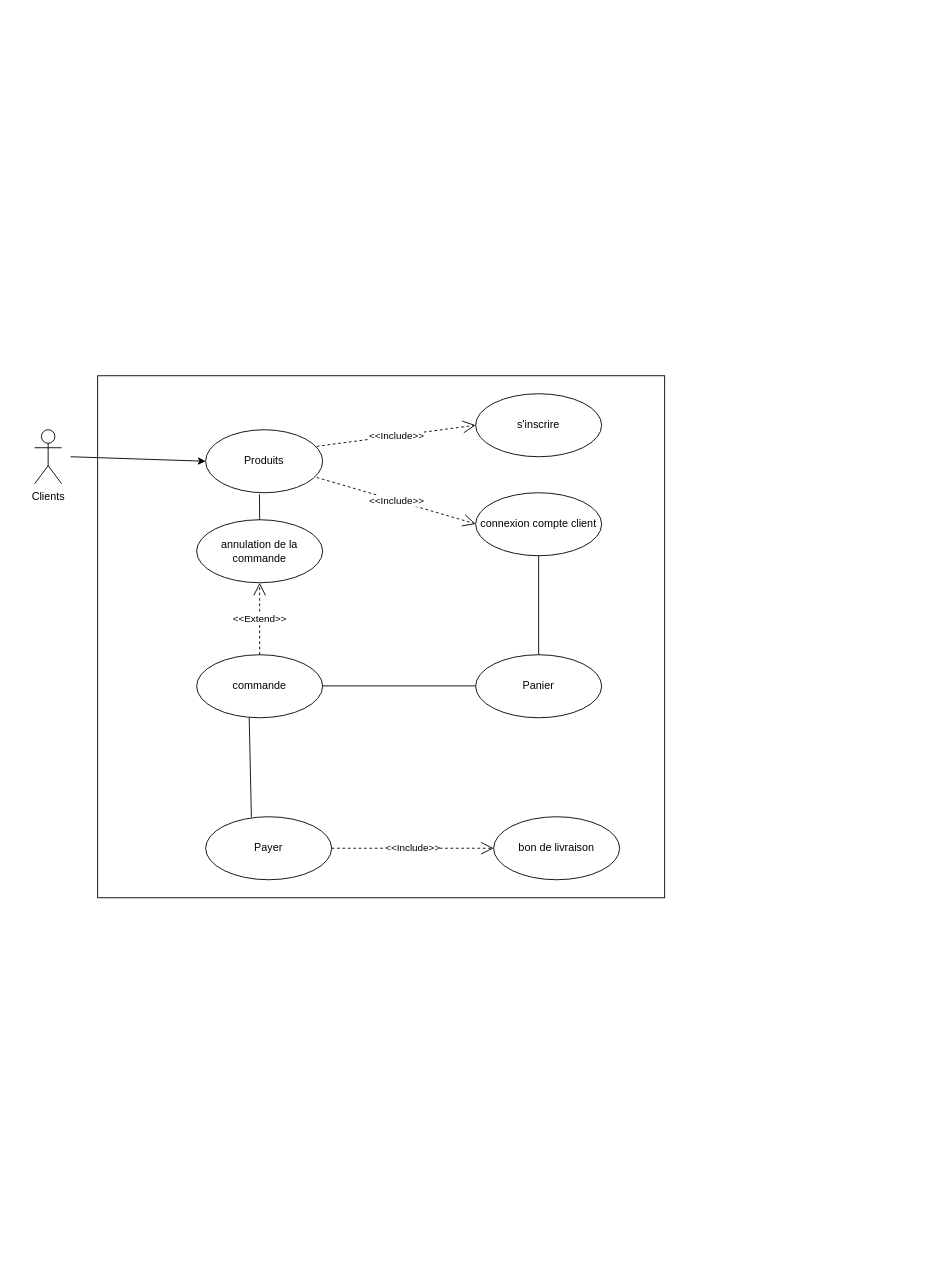
This is UML/casuticommandeclients.drawio from dwwm-19120/filRouge2, a draw.io file, before an edit. Source tidied: cells renumbered, new cells numbered last; positions are measured from the earlier drawing's top-left corner, leaving out a move shared by most shapes. Both pictures are drawn from the tidied source at 90%, with x=0, y=0 at pixel (34, 375).
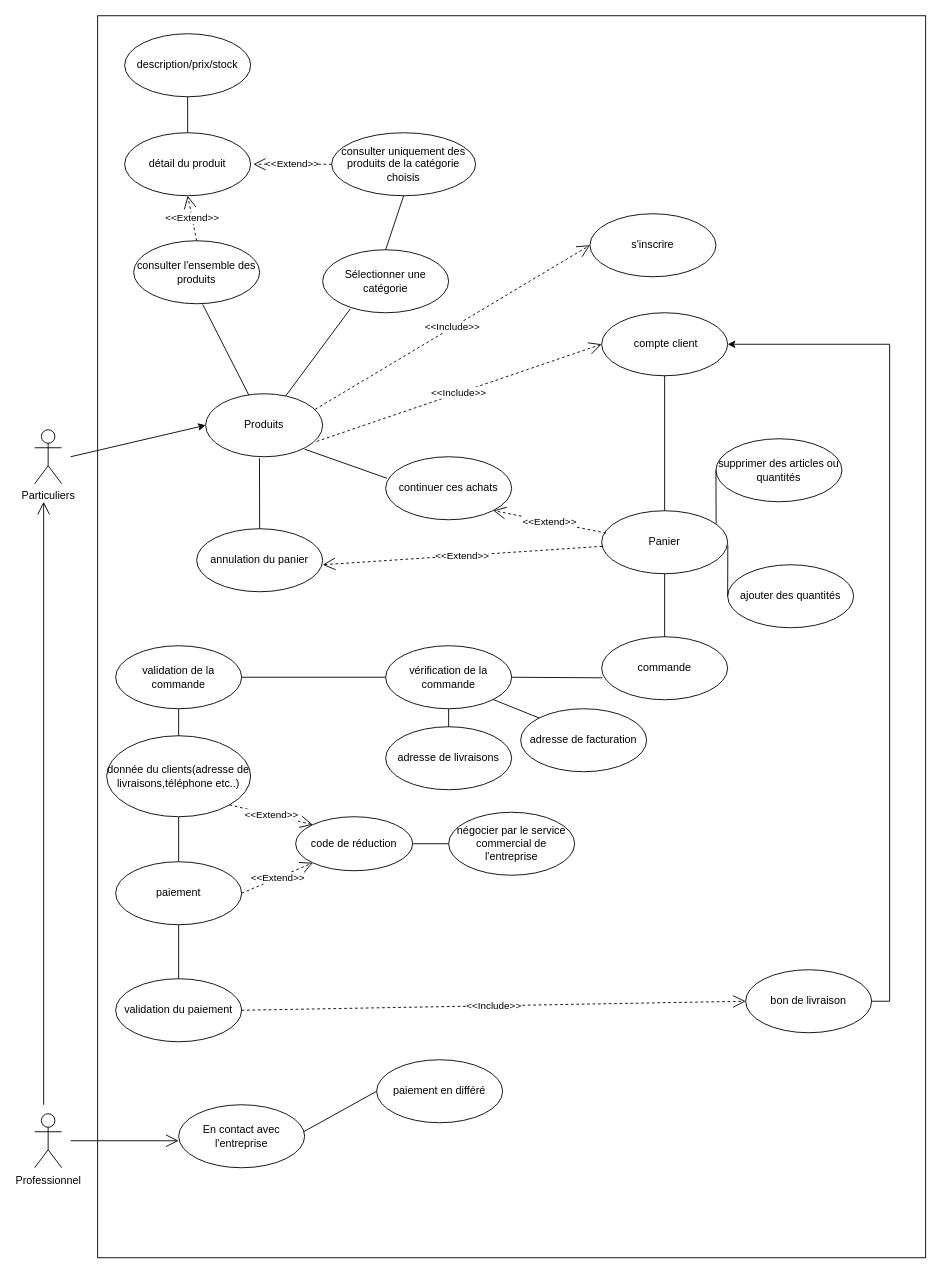
The same page after the edit.

Diff of the diagram source:
```diff
@@
-    <mxCell id="2" value="Clients" style="shape=umlActor;verticalLabelPosition=bottom;labelBackgroundColor=#ffffff;verticalAlign=top;html=1;" parent="1" vertex="1">
+    <mxCell id="2" value="Particuliers" style="shape=umlActor;verticalLabelPosition=bottom;labelBackgroundColor=#ffffff;verticalAlign=top;html=1;" parent="1" vertex="1">
       <mxGeometry y="60" width="30" height="60" as="geometry" />
     </mxCell>
     <mxCell id="3" style="html=1;" parent="1" vertex="1">
-      <mxGeometry x="70" width="630" height="580" as="geometry" />
+      <mxGeometry x="70" y="-400" width="920" height="1380" as="geometry" />
     </mxCell>
     <mxCell id="4" value="Produits" style="ellipse;whiteSpace=wrap;html=1;" parent="1" vertex="1">
-      <mxGeometry x="190" y="60" width="130" height="70" as="geometry" />
+      <mxGeometry x="190" y="20" width="130" height="70" as="geometry" />
     </mxCell>
@@
-    <mxCell id="6" value="connexion compte client" style="ellipse;whiteSpace=wrap;html=1;" parent="1" vertex="1">
-      <mxGeometry x="490" y="130" width="140" height="70" as="geometry" />
+    <mxCell id="6" value="&amp;nbsp;compte client" style="ellipse;whiteSpace=wrap;html=1;" parent="1" vertex="1">
+      <mxGeometry x="630" y="-70" width="140" height="70" as="geometry" />
     </mxCell>
     <mxCell id="7" value="commande" style="ellipse;whiteSpace=wrap;html=1;" parent="1" vertex="1">
-      <mxGeometry x="180" y="310" width="140" height="70" as="geometry" />
+      <mxGeometry x="630" y="290" width="140" height="70" as="geometry" />
     </mxCell>
-    <mxCell id="8" value="Payer" style="ellipse;whiteSpace=wrap;html=1;" parent="1" vertex="1">
-      <mxGeometry x="190" y="490" width="140" height="70" as="geometry" />
+    <mxCell id="8" value="validation du paiement" style="ellipse;whiteSpace=wrap;html=1;" parent="1" vertex="1">
+      <mxGeometry x="90" y="670" width="140" height="70" as="geometry" />
     </mxCell>
+    <mxCell id="21" style="edgeStyle=orthogonalEdgeStyle;rounded=0;jettySize=auto;html=1;exitX=1;exitY=0.5;exitDx=0;exitDy=0;entryX=1;entryY=0.5;entryDx=0;entryDy=0;" parent="1" edge="1" source="9" target="6">
+      <mxGeometry relative="1" as="geometry" />
+    </mxCell>
     <mxCell id="9" value="bon de livraison" style="ellipse;whiteSpace=wrap;html=1;" parent="1" vertex="1">
-      <mxGeometry x="510" y="490" width="140" height="70" as="geometry" />
+      <mxGeometry x="790" y="660" width="140" height="70" as="geometry" />
     </mxCell>
     <mxCell id="10" value="Panier" style="ellipse;whiteSpace=wrap;html=1;" parent="1" vertex="1">
-      <mxGeometry x="490" y="310" width="140" height="70" as="geometry" />
+      <mxGeometry x="630" y="150" width="140" height="70" as="geometry" />
     </mxCell>
-    <mxCell id="11" value="&amp;lt;&amp;lt;Include&amp;gt;&amp;gt;" style="endArrow=open;endSize=12;dashed=1;html=1;exitX=0.949;exitY=0.757;exitDx=0;exitDy=0;exitPerimeter=0;" parent="1" edge="1" source="4">
-      <mxGeometry relative="1" as="geometry">
-        <mxPoint x="490" y="164.6" as="targetPoint" />
-      </mxGeometry>
+    <mxCell id="11" value="&amp;lt;&amp;lt;Include&amp;gt;&amp;gt;" style="endArrow=open;endSize=12;dashed=1;html=1;exitX=0.949;exitY=0.757;exitDx=0;exitDy=0;exitPerimeter=0;entryX=0;entryY=0.5;entryDx=0;entryDy=0;" parent="1" edge="1" source="4" target="6">
+      <mxGeometry relative="1" as="geometry" />
     </mxCell>
     <mxCell id="12" value="s'inscrire" style="ellipse;whiteSpace=wrap;html=1;" parent="1" vertex="1">
-      <mxGeometry x="490" y="20" width="140" height="70" as="geometry" />
+      <mxGeometry x="617" y="-180" width="140" height="70" as="geometry" />
     </mxCell>
-    <mxCell id="13" value="&amp;lt;&amp;lt;Include&amp;gt;&amp;gt;" style="endArrow=open;endSize=12;dashed=1;html=1;exitX=0.949;exitY=0.757;exitDx=0;exitDy=0;exitPerimeter=0;entryX=0;entryY=0.5;entryDx=0;entryDy=0;" parent="1" edge="1" target="12">
-      <mxGeometry relative="1" as="geometry">
-        <mxPoint x="313.4" y="78.4" as="sourcePoint" />
-      </mxGeometry>
+    <mxCell id="13" value="&amp;lt;&amp;lt;Include&amp;gt;&amp;gt;" style="endArrow=open;endSize=12;dashed=1;html=1;exitX=0.936;exitY=0.248;exitDx=0;exitDy=0;exitPerimeter=0;entryX=0;entryY=0.5;entryDx=0;entryDy=0;" parent="1" edge="1" source="4" target="12">
+      <mxGeometry relative="1" as="geometry" />
     </mxCell>
-    <mxCell id="14" style="endArrow=none;html=1;entryX=0;entryY=0.5;entryDx=0;entryDy=0;exitX=1;exitY=0.5;exitDx=0;exitDy=0;" parent="1" edge="1">
-      <mxGeometry relative="1" as="geometry">
-        <mxPoint x="320" y="344.6" as="sourcePoint" />
-        <mxPoint x="490" y="344.6" as="targetPoint" />
-      </mxGeometry>
-    </mxCell>
-    <mxCell id="15" style="endArrow=none;html=1;entryX=0.5;entryY=0;entryDx=0;entryDy=0;exitX=1;exitY=0.5;exitDx=0;exitDy=0;" parent="1" edge="1" target="10">
-      <mxGeometry relative="1" as="geometry">
-        <mxPoint x="560" y="200" as="sourcePoint" />
-      </mxGeometry>
+    <mxCell id="15" style="endArrow=none;html=1;entryX=0.5;entryY=0;entryDx=0;entryDy=0;exitX=0.5;exitY=1;exitDx=0;exitDy=0;" parent="1" edge="1" source="6" target="10">
+      <mxGeometry relative="1" as="geometry" />
     </mxCell>
-    <mxCell id="16" style="endArrow=none;html=1;entryX=0.363;entryY=0.007;entryDx=0;entryDy=0;exitX=0.417;exitY=0.995;exitDx=0;exitDy=0;entryPerimeter=0;exitPerimeter=0;" parent="1" edge="1" source="7" target="8">
+    <mxCell id="16" style="endArrow=none;html=1;entryX=0.5;entryY=0;entryDx=0;entryDy=0;exitX=0.5;exitY=1;exitDx=0;exitDy=0;" parent="1" edge="1" source="41" target="43">
       <mxGeometry relative="1" as="geometry" />
     </mxCell>
@@
-    <mxCell id="18" value="annulation de la commande" style="ellipse;whiteSpace=wrap;html=1;" parent="1" vertex="1">
-      <mxGeometry x="180" y="160" width="140" height="70" as="geometry" />
+    <mxCell id="18" value="annulation du panier" style="ellipse;whiteSpace=wrap;html=1;" parent="1" vertex="1">
+      <mxGeometry x="180" y="170" width="140" height="70" as="geometry" />
     </mxCell>
+    <mxCell id="20" style="endArrow=none;html=1;exitX=0.46;exitY=1.023;exitDx=0;exitDy=0;exitPerimeter=0;entryX=0.5;entryY=0;entryDx=0;entryDy=0;" parent="1" edge="1" source="4" target="18">
+      <mxGeometry relative="1" as="geometry" />
+    </mxCell>
+    <mxCell id="22" value="&amp;lt;&amp;lt;Extend&amp;gt;&amp;gt;" style="endArrow=open;endSize=12;dashed=1;html=1;entryX=0.5;entryY=1;entryDx=0;entryDy=0;" parent="1" edge="1" source="10">
+      <mxGeometry relative="1" as="geometry">
+        <mxPoint x="320" y="210" as="targetPoint" />
+      </mxGeometry>
+    </mxCell>
+    <mxCell id="23" value="Professionnel" style="shape=umlActor;verticalLabelPosition=bottom;labelBackgroundColor=#ffffff;verticalAlign=top;html=1;" parent="1" vertex="1">
+      <mxGeometry y="820" width="30" height="60" as="geometry" />
+    </mxCell>
+    <mxCell id="24" value="consulter l'ensemble des produits" style="ellipse;whiteSpace=wrap;html=1;" parent="1" vertex="1">
+      <mxGeometry x="110" y="-150" width="140" height="70" as="geometry" />
+    </mxCell>
+    <mxCell id="25" value="Sélectionner une catégorie" style="ellipse;whiteSpace=wrap;html=1;" parent="1" vertex="1">
+      <mxGeometry x="320" y="-140" width="140" height="70" as="geometry" />
+    </mxCell>
+    <mxCell id="26" style="endArrow=none;html=1;exitX=0.548;exitY=1.01;exitDx=0;exitDy=0;exitPerimeter=0;" parent="1" edge="1" source="24" target="4">
+      <mxGeometry relative="1" as="geometry" />
+    </mxCell>
+    <mxCell id="27" style="endArrow=none;html=1;exitX=0.22;exitY=0.938;exitDx=0;exitDy=0;exitPerimeter=0;" parent="1" edge="1" source="25" target="4">
+      <mxGeometry relative="1" as="geometry" />
+    </mxCell>
+    <mxCell id="28" value="supprimer des articles ou quantités" style="ellipse;whiteSpace=wrap;html=1;" parent="1" vertex="1">
+      <mxGeometry x="757" y="70" width="140" height="70" as="geometry" />
+    </mxCell>
+    <mxCell id="29" value="continuer ces achats" style="ellipse;whiteSpace=wrap;html=1;" parent="1" vertex="1">
+      <mxGeometry x="390" y="90" width="140" height="70" as="geometry" />
+    </mxCell>
+    <mxCell id="30" value="ajouter des quantités" style="ellipse;whiteSpace=wrap;html=1;" parent="1" vertex="1">
+      <mxGeometry x="770" y="210" width="140" height="70" as="geometry" />
+    </mxCell>
+    <mxCell id="31" value="&amp;lt;&amp;lt;Extend&amp;gt;&amp;gt;" style="endArrow=open;endSize=12;dashed=1;html=1;entryX=1;entryY=1;entryDx=0;entryDy=0;exitX=0.036;exitY=0.355;exitDx=0;exitDy=0;exitPerimeter=0;" parent="1" edge="1" source="10" target="29">
+      <mxGeometry relative="1" as="geometry" />
+    </mxCell>
+    <mxCell id="32" style="endArrow=none;html=1;exitX=0.46;exitY=1.023;exitDx=0;exitDy=0;exitPerimeter=0;entryX=0.012;entryY=0.343;entryDx=0;entryDy=0;entryPerimeter=0;" parent="1" edge="1" target="29">
+      <mxGeometry relative="1" as="geometry">
+        <mxPoint x="300" y="81.6" as="sourcePoint" />
+      </mxGeometry>
+    </mxCell>
+    <mxCell id="33" style="endArrow=none;html=1;exitX=0;exitY=0.5;exitDx=0;exitDy=0;entryX=0.5;entryY=0;entryDx=0;entryDy=0;" parent="1" edge="1" source="30">
+      <mxGeometry relative="1" as="geometry">
+        <mxPoint x="770.2" y="188.4" as="targetPoint" />
+      </mxGeometry>
+    </mxCell>
+    <mxCell id="34" style="endArrow=none;html=1;exitX=0;exitY=0.5;exitDx=0;exitDy=0;entryX=0.5;entryY=0;entryDx=0;entryDy=0;" parent="1" edge="1" source="28">
+      <mxGeometry relative="1" as="geometry">
+        <mxPoint x="757.2" y="164.2" as="targetPoint" />
+      </mxGeometry>
+    </mxCell>
+    <mxCell id="35" style="endArrow=open;endFill=1;endSize=12;html=1;" parent="1" edge="1">
+      <mxGeometry relative="1" as="geometry">
+        <mxPoint x="10" y="810" as="sourcePoint" />
+        <mxPoint x="10" y="140" as="targetPoint" />
+      </mxGeometry>
+    </mxCell>
+    <mxCell id="36" value="validation de la commande" style="ellipse;whiteSpace=wrap;html=1;" parent="1" vertex="1">
+      <mxGeometry x="90" y="300" width="140" height="70" as="geometry" />
+    </mxCell>
+    <mxCell id="37" value="vérification de la commande" style="ellipse;whiteSpace=wrap;html=1;" parent="1" vertex="1">
+      <mxGeometry x="390" y="300" width="140" height="70" as="geometry" />
+    </mxCell>
+    <mxCell id="38" style="endArrow=none;html=1;entryX=1;entryY=0.5;entryDx=0;entryDy=0;exitX=0.006;exitY=0.652;exitDx=0;exitDy=0;exitPerimeter=0;" parent="1" edge="1" source="7" target="37">
+      <mxGeometry relative="1" as="geometry" />
+    </mxCell>
+    <mxCell id="39" style="endArrow=none;html=1;entryX=0.5;entryY=1;entryDx=0;entryDy=0;exitX=0.5;exitY=0;exitDx=0;exitDy=0;" parent="1" edge="1" source="7" target="10">
+      <mxGeometry relative="1" as="geometry" />
+    </mxCell>
+    <mxCell id="40" style="endArrow=none;html=1;entryX=1;entryY=0.5;entryDx=0;entryDy=0;exitX=0;exitY=0.5;exitDx=0;exitDy=0;" parent="1" edge="1" source="37" target="36">
+      <mxGeometry relative="1" as="geometry" />
+    </mxCell>
+    <mxCell id="41" value="donnée du clients(adresse de livraisons,téléphone etc..)" style="ellipse;whiteSpace=wrap;html=1;" parent="1" vertex="1">
+      <mxGeometry x="80" y="400" width="160" height="90" as="geometry" />
+    </mxCell>
+    <mxCell id="42" style="endArrow=none;html=1;entryX=0.5;entryY=0;entryDx=0;entryDy=0;exitX=0.5;exitY=1;exitDx=0;exitDy=0;" parent="1" edge="1" source="36" target="41">
+      <mxGeometry relative="1" as="geometry" />
+    </mxCell>
+    <mxCell id="43" value="paiement" style="ellipse;whiteSpace=wrap;html=1;" parent="1" vertex="1">
+      <mxGeometry x="90" y="540" width="140" height="70" as="geometry" />
+    </mxCell>
+    <mxCell id="44" style="endArrow=none;html=1;entryX=0.5;entryY=1;entryDx=0;entryDy=0;exitX=0.5;exitY=0;exitDx=0;exitDy=0;" parent="1" edge="1" source="8" target="43">
+      <mxGeometry relative="1" as="geometry" />
+    </mxCell>
+    <mxCell id="45" value="consulter uniquement des produits de la catégorie choisis" style="ellipse;whiteSpace=wrap;html=1;" parent="1" vertex="1">
+      <mxGeometry x="330" y="-270" width="160" height="70" as="geometry" />
+    </mxCell>
+    <mxCell id="46" style="endArrow=none;html=1;exitX=0.5;exitY=1;exitDx=0;exitDy=0;entryX=0.5;entryY=0;entryDx=0;entryDy=0;" parent="1" edge="1" source="45" target="25">
+      <mxGeometry relative="1" as="geometry" />
+    </mxCell>
+    <mxCell id="47" value="détail du produit" style="ellipse;whiteSpace=wrap;html=1;" parent="1" vertex="1">
+      <mxGeometry x="100" y="-270" width="140" height="70" as="geometry" />
+    </mxCell>
+    <mxCell id="48" value="&amp;lt;&amp;lt;Extend&amp;gt;&amp;gt;" style="endArrow=open;endSize=12;dashed=1;html=1;exitX=0;exitY=0.5;exitDx=0;exitDy=0;" parent="1" edge="1" source="45">
+      <mxGeometry relative="1" as="geometry">
+        <mxPoint x="243" y="-235" as="targetPoint" />
+      </mxGeometry>
+    </mxCell>
-    <mxCell id="19" value="&amp;lt;&amp;lt;Extend&amp;gt;&amp;gt;" style="endArrow=open;endSize=12;dashed=1;html=1;entryX=0.5;entryY=1;entryDx=0;entryDy=0;exitX=0.5;exitY=0;exitDx=0;exitDy=0;" parent="1" edge="1" source="7" target="18">
+    <mxCell id="19" value="&amp;lt;&amp;lt;Extend&amp;gt;&amp;gt;" style="endArrow=open;endSize=12;dashed=1;html=1;entryX=0.5;entryY=1;entryDx=0;entryDy=0;exitX=0.5;exitY=0;exitDx=0;exitDy=0;" parent="1" edge="1" source="24" target="47">
       <mxGeometry relative="1" as="geometry" />
     </mxCell>
-    <mxCell id="20" style="endArrow=none;html=1;exitX=0.46;exitY=1.023;exitDx=0;exitDy=0;exitPerimeter=0;entryX=0.5;entryY=0;entryDx=0;entryDy=0;" parent="1" edge="1" source="4" target="18">
-      <mxGeometry relative="1" as="geometry" />
-    </mxCell>
+    <mxCell id="49" value="description/prix/stock" style="ellipse;whiteSpace=wrap;html=1;" parent="1" vertex="1">
+      <mxGeometry x="100" y="-380" width="140" height="70" as="geometry" />
+    </mxCell>
+    <mxCell id="50" style="endArrow=none;html=1;exitX=0.5;exitY=1;exitDx=0;exitDy=0;entryX=0.5;entryY=0;entryDx=0;entryDy=0;" parent="1" edge="1" source="49" target="47">
+      <mxGeometry relative="1" as="geometry" />
+    </mxCell>
+    <mxCell id="51" value="En contact avec l'entreprise" style="ellipse;whiteSpace=wrap;html=1;" parent="1" vertex="1">
+      <mxGeometry x="160" y="810" width="140" height="70" as="geometry" />
+    </mxCell>
+    <mxCell id="52" style="endArrow=open;endFill=1;endSize=12;html=1;" parent="1" edge="1">
+      <mxGeometry relative="1" as="geometry">
+        <mxPoint x="40" y="850" as="sourcePoint" />
+        <mxPoint x="160" y="850" as="targetPoint" />
+      </mxGeometry>
+    </mxCell>
+    <mxCell id="53" value="paiement en différé" style="ellipse;whiteSpace=wrap;html=1;" parent="1" vertex="1">
+      <mxGeometry x="380" y="760" width="140" height="70" as="geometry" />
+    </mxCell>
+    <mxCell id="54" value="adresse de facturation" style="ellipse;whiteSpace=wrap;html=1;" parent="1" vertex="1">
+      <mxGeometry x="540" y="370" width="140" height="70" as="geometry" />
+    </mxCell>
+    <mxCell id="55" value="adresse de livraisons" style="ellipse;whiteSpace=wrap;html=1;" parent="1" vertex="1">
+      <mxGeometry x="390" y="390" width="140" height="70" as="geometry" />
+    </mxCell>
+    <mxCell id="56" style="endArrow=none;html=1;entryX=0.5;entryY=0;entryDx=0;entryDy=0;exitX=0.5;exitY=1;exitDx=0;exitDy=0;" parent="1" edge="1" source="37" target="55">
+      <mxGeometry relative="1" as="geometry" />
+    </mxCell>
+    <mxCell id="57" style="endArrow=none;html=1;exitX=1;exitY=1;exitDx=0;exitDy=0;entryX=0;entryY=0;entryDx=0;entryDy=0;" parent="1" edge="1" source="37" target="54">
+      <mxGeometry relative="1" as="geometry" />
+    </mxCell>
+    <mxCell id="58" style="endArrow=none;html=1;entryX=0;entryY=0.5;entryDx=0;entryDy=0;exitX=0.994;exitY=0.426;exitDx=0;exitDy=0;exitPerimeter=0;" parent="1" edge="1" source="51" target="53">
+      <mxGeometry relative="1" as="geometry" />
+    </mxCell>
+    <mxCell id="59" value="code de réduction" style="ellipse;whiteSpace=wrap;html=1;" parent="1" vertex="1">
+      <mxGeometry x="290" y="490" width="130" height="60" as="geometry" />
+    </mxCell>
+    <mxCell id="60" value="&amp;lt;&amp;lt;Extend&amp;gt;&amp;gt;" style="endArrow=open;endSize=12;dashed=1;html=1;entryX=0;entryY=0;entryDx=0;entryDy=0;exitX=1;exitY=1;exitDx=0;exitDy=0;" parent="1" edge="1" source="41" target="59">
+      <mxGeometry relative="1" as="geometry" />
+    </mxCell>
+    <mxCell id="61" value="&amp;lt;&amp;lt;Extend&amp;gt;&amp;gt;" style="endArrow=open;endSize=12;dashed=1;html=1;entryX=0;entryY=1;entryDx=0;entryDy=0;exitX=1;exitY=0.5;exitDx=0;exitDy=0;" parent="1" edge="1" source="43" target="59">
+      <mxGeometry relative="1" as="geometry" />
+    </mxCell>
+    <mxCell id="62" value="négocier par le service commercial de l'entreprise" style="ellipse;whiteSpace=wrap;html=1;" parent="1" vertex="1">
+      <mxGeometry x="460" y="485" width="140" height="70" as="geometry" />
+    </mxCell>
+    <mxCell id="63" style="endArrow=none;html=1;entryX=0;entryY=0.5;entryDx=0;entryDy=0;exitX=1;exitY=0.5;exitDx=0;exitDy=0;" parent="1" edge="1" source="59" target="62">
+      <mxGeometry relative="1" as="geometry" />
+    </mxCell>
```
